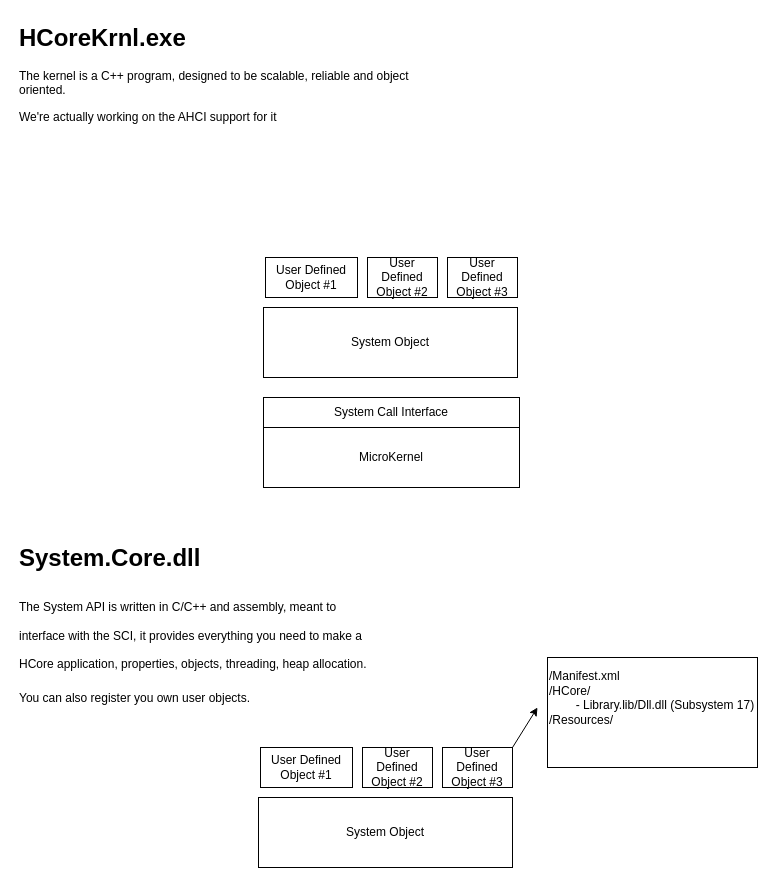
The draw.io diagram DesignChoices.drawio in nekernel-org/nekernel, before the edit. Source tidied: cells renumbered, new cells numbered last; positions are measured from the earlier drawing's top-left corner, leaving out a move shared by most shapes. Both pictures are drawn from the tidied source at 100%, with x=0, y=0 at pixel (17, 17).
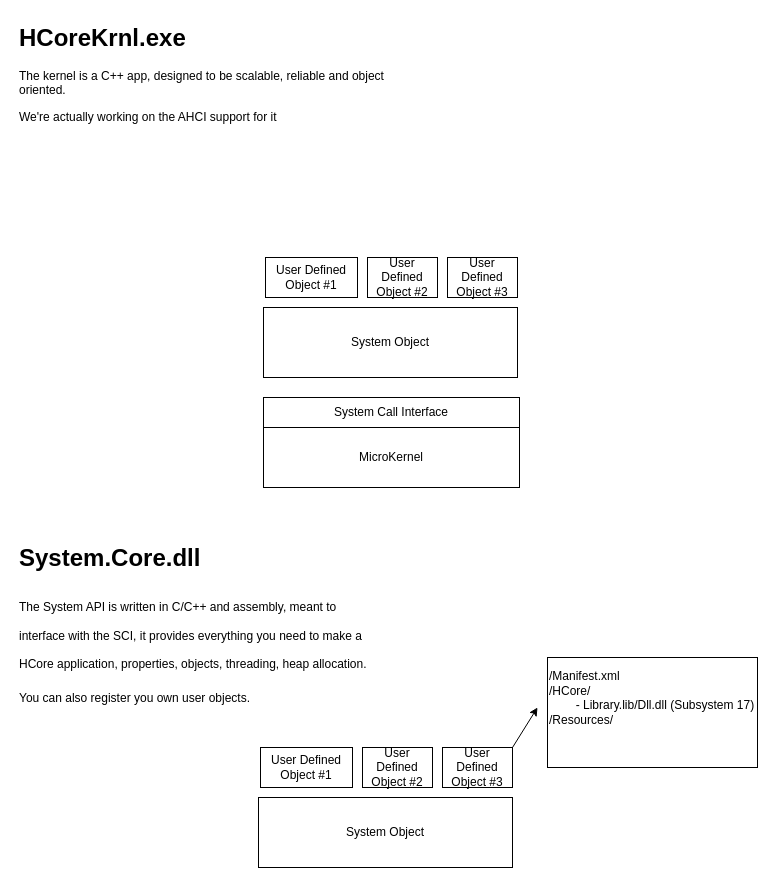
The same page after the edit.

What changed in the source:
```diff
@@
 <mxGraphModel>
   <root>
     <mxCell id="0" />
     <mxCell id="1" parent="0" />
-    <mxCell id="2" value="&lt;h1 style=&quot;margin-top: 0px;&quot;&gt;HCoreKrnl.exe&lt;/h1&gt;&lt;p&gt;The kernel is a C++ program, designed to be scalable, reliable and object oriented.&lt;/p&gt;&lt;p&gt;We're actually working on the AHCI support for it&lt;/p&gt;" style="text;html=1;whiteSpace=wrap;overflow=hidden;rounded=0;" parent="1" vertex="1">
+    <mxCell id="2" value="&lt;h1 style=&quot;margin-top: 0px;&quot;&gt;HCoreKrnl.exe&lt;/h1&gt;&lt;p&gt;The kernel is a C++ app, designed to be scalable, reliable and object oriented.&lt;/p&gt;&lt;p&gt;We're actually working on the AHCI support for it&lt;/p&gt;" style="text;html=1;whiteSpace=wrap;overflow=hidden;rounded=0;" parent="1" vertex="1">
       <mxGeometry width="400" height="120" as="geometry" />
     </mxCell>
     <mxCell id="3" value="MicroKernel" style="rounded=0;whiteSpace=wrap;html=1;" parent="1" vertex="1">
       <mxGeometry x="246" y="410" width="256" height="60" as="geometry" />
     </mxCell>
     <mxCell id="4" value="System Call Interface" style="rounded=0;whiteSpace=wrap;html=1;" parent="1" vertex="1">
       <mxGeometry x="246" y="380" width="256" height="30" as="geometry" />
     </mxCell>
     <mxCell id="5" value="System Object" style="rounded=0;whiteSpace=wrap;html=1;" parent="1" vertex="1">
       <mxGeometry x="246" y="290" width="254" height="70" as="geometry" />
     </mxCell>
     <mxCell id="6" value="User Defined Object #1" style="rounded=0;whiteSpace=wrap;html=1;" parent="1" vertex="1">
       <mxGeometry x="248" y="240" width="92" height="40" as="geometry" />
     </mxCell>
     <mxCell id="7" value="User Defined Object #2" style="rounded=0;whiteSpace=wrap;html=1;" parent="1" vertex="1">
       <mxGeometry x="350" y="240" width="70" height="40" as="geometry" />
     </mxCell>
     <mxCell id="8" value="User Defined Object #3" style="rounded=0;whiteSpace=wrap;html=1;" parent="1" vertex="1">
       <mxGeometry x="430" y="240" width="70" height="40" as="geometry" />
     </mxCell>
     <mxCell id="9" value="&lt;h1 style=&quot;margin-top: 0px;&quot;&gt;&lt;span style=&quot;background-color: initial;&quot;&gt;System.Core.dll&lt;/span&gt;&lt;/h1&gt;&lt;h1 style=&quot;margin-top: 0px;&quot;&gt;&lt;span style=&quot;background-color: initial; font-size: 12px; font-weight: normal;&quot;&gt;The System API is written in C/C++ and assembly, meant to interface with the SCI, it provides everything you need to make a HCore application, properties, objects, threading, heap allocation.&lt;/span&gt;&lt;br&gt;&lt;/h1&gt;&lt;div&gt;&lt;span style=&quot;background-color: initial; font-size: 12px; font-weight: normal;&quot;&gt;You can also register you own user objects.&lt;/span&gt;&lt;/div&gt;" style="text;html=1;whiteSpace=wrap;overflow=hidden;rounded=0;" parent="1" vertex="1">
       <mxGeometry y="520" width="360" height="190" as="geometry" />
     </mxCell>
     <mxCell id="10" value="System Object" style="rounded=0;whiteSpace=wrap;html=1;" parent="1" vertex="1">
       <mxGeometry x="241" y="780" width="254" height="70" as="geometry" />
     </mxCell>
     <mxCell id="11" value="User Defined Object #1" style="rounded=0;whiteSpace=wrap;html=1;" parent="1" vertex="1">
       <mxGeometry x="243" y="730" width="92" height="40" as="geometry" />
     </mxCell>
     <mxCell id="12" value="User Defined Object #2" style="rounded=0;whiteSpace=wrap;html=1;" parent="1" vertex="1">
       <mxGeometry x="345" y="730" width="70" height="40" as="geometry" />
     </mxCell>
     <mxCell id="13" value="User Defined Object #3" style="rounded=0;whiteSpace=wrap;html=1;" parent="1" vertex="1">
       <mxGeometry x="425" y="730" width="70" height="40" as="geometry" />
     </mxCell>
     <mxCell id="14" style="endArrow=classic;html=1;rounded=0;exitX=1;exitY=0;exitDx=0;exitDy=0;" parent="1" edge="1" source="13">
       <mxGeometry relative="1" as="geometry">
         <mxPoint x="520" y="690" as="targetPoint" />
       </mxGeometry>
     </mxCell>
     <mxCell id="15" value="/Manifest.xml&lt;div&gt;/HCore/&lt;/div&gt;&lt;div&gt;&lt;span style=&quot;white-space: pre;&quot;&gt;&#9;&lt;/span&gt;- Library.lib/Dll.dll (Subsystem 17)&lt;/div&gt;&lt;div&gt;/Resources/&lt;/div&gt;&lt;div&gt;&lt;br&gt;&lt;/div&gt;&lt;div&gt;&lt;br&gt;&lt;/div&gt;" style="rounded=0;whiteSpace=wrap;html=1;align=left;" parent="1" vertex="1">
       <mxGeometry x="530" y="640" width="210" height="110" as="geometry" />
     </mxCell>
   </root>
 </mxGraphModel>
```
